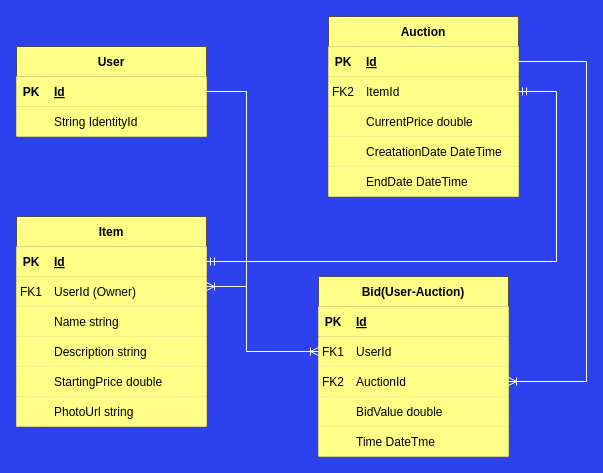
The draw.io diagram Documentation/OnlineAuctionDatabase.drawio in Yousif-FJ/OnlineAuction, before the edit. Source tidied: cells renumbered, new cells numbered last; positions are measured from the earlier drawing's top-left corner, leaving out a move shared by most shapes. Both pictures are drawn from the tidied source at 100%, with x=0, y=0 at pixel (16, 16).
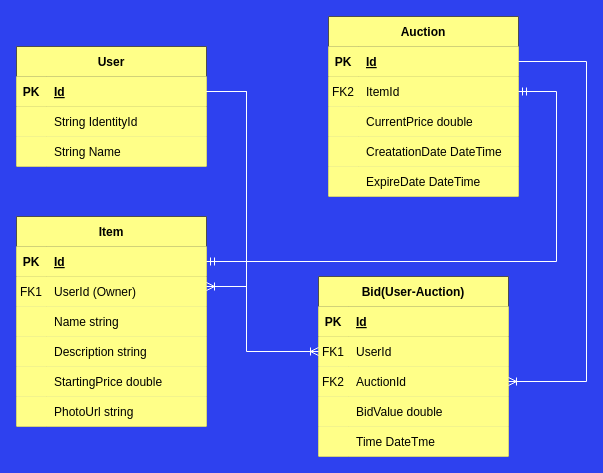
Above is the later version.

Commit message (it also covers changes not shown here):
Remove auction user relation

Unchanged cells that the change refers to:
```xml
<mxCell id="15" style="shape=partialRectangle;fillColor=#ffff88;top=0;left=0;right=0;bottom=0;strokeColor=#4D4D4D;" parent="2" vertex="1">
  <mxGeometry y="150" width="190" height="30" as="geometry" />
</mxCell>
```

Diff of the diagram source:
```diff
@@
-    <mxCell id="17" value="EndDate DateTime" style="shape=partialRectangle;overflow=hidden;fillColor=#ffff88;top=0;left=0;bottom=0;right=0;align=left;spacingLeft=6;strokeColor=#4D4D4D;" parent="15" vertex="1">
+    <mxCell id="17" value="ExpireDate DateTime" style="shape=partialRectangle;overflow=hidden;fillColor=#ffff88;top=0;left=0;bottom=0;right=0;align=left;spacingLeft=6;strokeColor=#4D4D4D;" parent="15" vertex="1">
       <mxGeometry x="30" width="160" height="30" as="geometry" />
     </mxCell>
@@
     <mxCell id="37" value="User" style="shape=table;startSize=30;childLayout=tableLayout;rowLines=0;fontStyle=1;align=center;fillColor=#ffff88;strokeColor=#4D4D4D;" parent="1" vertex="1">
-      <mxGeometry y="30" width="190" height="90" as="geometry" />
+      <mxGeometry y="30" width="190" height="120" as="geometry" />
     </mxCell>
@@
+    <mxCell id="64" style="shape=partialRectangle;fillColor=#ffff88;top=0;left=0;right=0;bottom=0;strokeColor=#4D4D4D;" parent="37" vertex="1">
+      <mxGeometry y="90" width="190" height="30" as="geometry" />
+    </mxCell>
+    <mxCell id="65" style="shape=partialRectangle;overflow=hidden;fillColor=#ffff88;top=0;left=0;bottom=0;right=0;strokeColor=#4D4D4D;" parent="64" vertex="1">
+      <mxGeometry width="30" height="30" as="geometry" />
+    </mxCell>
+    <mxCell id="66" value="String Name" style="shape=partialRectangle;overflow=hidden;fillColor=#ffff88;top=0;left=0;bottom=0;right=0;align=left;spacingLeft=6;strokeColor=#4D4D4D;" parent="64" vertex="1">
+      <mxGeometry x="30" width="160" height="30" as="geometry" />
+    </mxCell>
```
